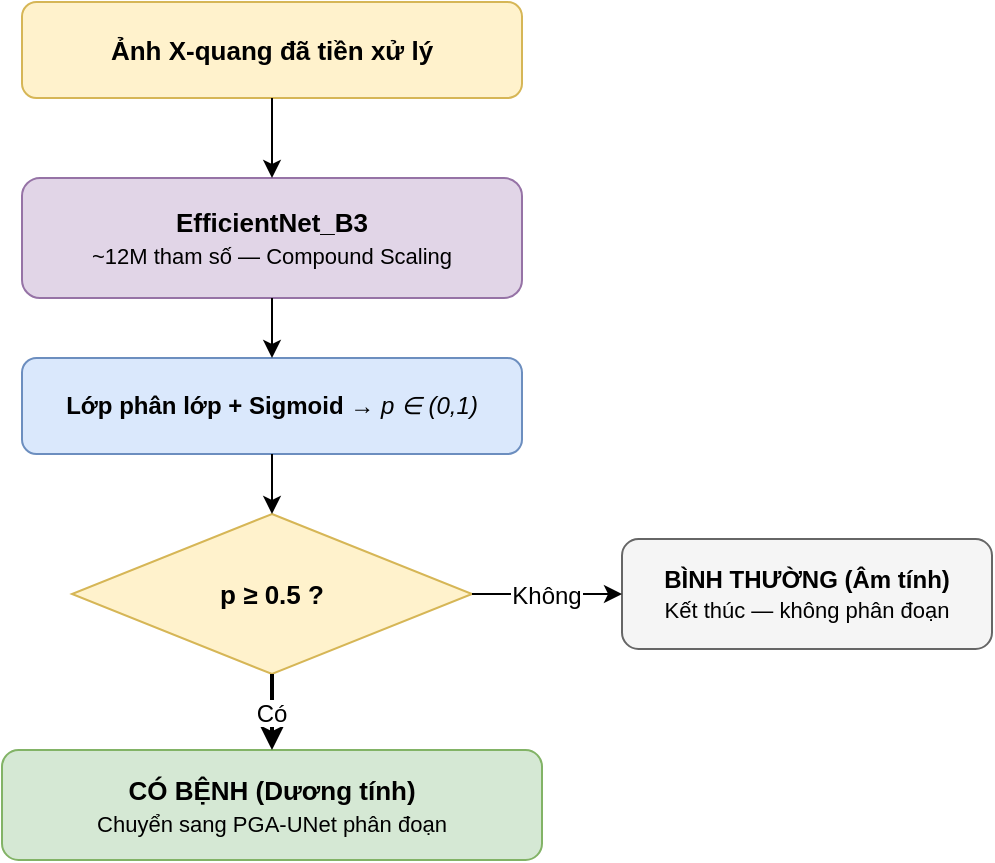
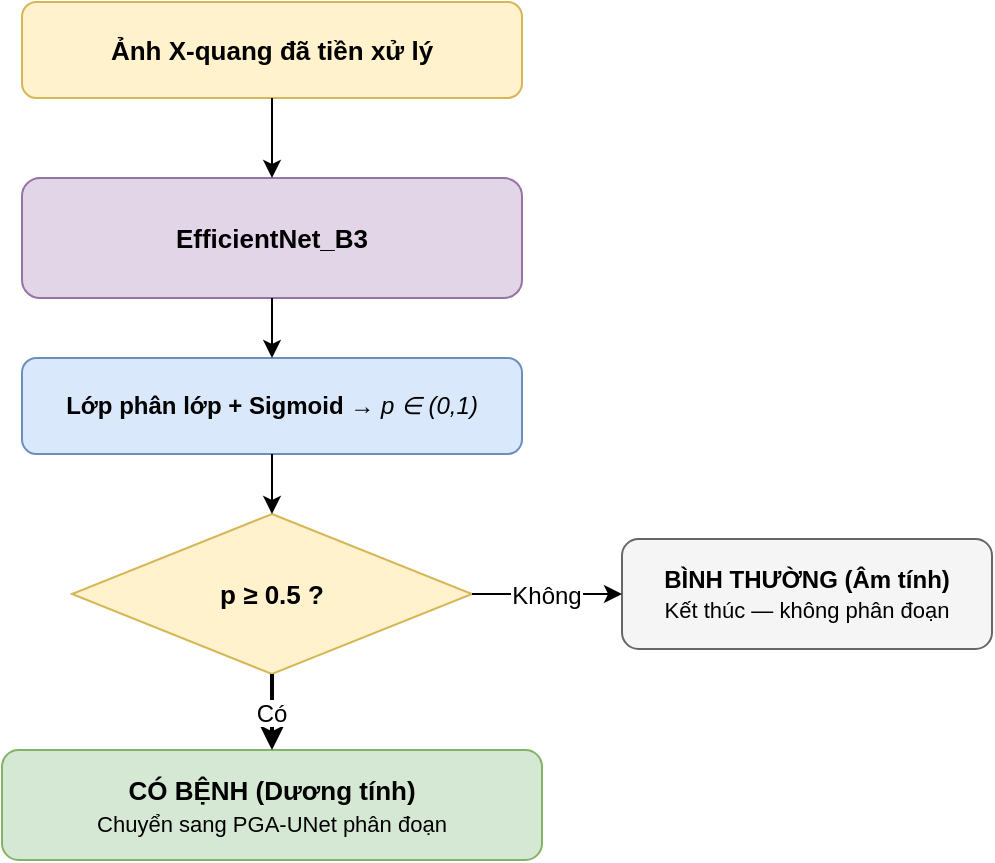
<mxfile host="65bd71144e">
    <diagram name="Classification Pipeline" id="classification_pipeline">
-         <mxGraphModel dx="962" dy="272" grid="1" gridSize="10" guides="1" tooltips="1" connect="1" arrows="1" fold="1" page="1" pageScale="1" pageWidth="800" pageHeight="600" math="0" shadow="0">
+         <mxGraphModel dx="1036" dy="403" grid="1" gridSize="10" guides="1" tooltips="1" connect="1" arrows="1" fold="1" page="1" pageScale="1" pageWidth="800" pageHeight="600" math="0" shadow="0">
            <root>
                <mxCell id="0"/>
                <mxCell id="1" parent="0"/>
- 
-                 <!-- Input -->
                <mxCell id="in" value="&lt;b&gt;Ảnh X-quang đã tiền xử lý&lt;/b&gt;" style="rounded=1;whiteSpace=wrap;html=1;fillColor=#fff2cc;strokeColor=#d6b656;fontSize=13;" parent="1" vertex="1">
                    <mxGeometry x="275" y="30" width="250" height="48" as="geometry"/>
                </mxCell>
- 
-                 <!-- Model -->
-                 <mxCell id="model" value="&lt;b&gt;EfficientNet_B3&lt;/b&gt;&lt;br&gt;&lt;font style=&quot;font-size:11px;&quot;&gt;~12M tham số — Compound Scaling&lt;/font&gt;" style="rounded=1;whiteSpace=wrap;html=1;fillColor=#e1d5e7;strokeColor=#9673a6;fontSize=13;" parent="1" vertex="1">
+                 <mxCell id="model" value="&lt;b&gt;EfficientNet_B3&lt;/b&gt;" style="rounded=1;whiteSpace=wrap;html=1;fillColor=#e1d5e7;strokeColor=#9673a6;fontSize=13;" parent="1" vertex="1">
                    <mxGeometry x="275" y="118" width="250" height="60" as="geometry"/>
                </mxCell>
- 
-                 <!-- Head -->
                <mxCell id="head" value="&lt;b&gt;Lớp phân lớp + Sigmoid&lt;/b&gt; → &lt;i&gt;p ∈ (0,1)&lt;/i&gt;" style="rounded=1;whiteSpace=wrap;html=1;fillColor=#dae8fc;strokeColor=#6c8ebf;fontSize=12;" parent="1" vertex="1">
                    <mxGeometry x="275" y="208" width="250" height="48" as="geometry"/>
                </mxCell>
- 
-                 <!-- Decision -->
                <mxCell id="dec" value="&lt;b&gt;p ≥ 0.5 ?&lt;/b&gt;" style="rhombus;whiteSpace=wrap;html=1;fillColor=#fff2cc;strokeColor=#d6b656;fontSize=13;" parent="1" vertex="1">
                    <mxGeometry x="300" y="286" width="200" height="80" as="geometry"/>
                </mxCell>
- 
-                 <!-- Yes — positive -->
                <mxCell id="yes" value="&lt;b&gt;CÓ BỆNH (Dương tính)&lt;/b&gt;&lt;br&gt;&lt;font style=&quot;font-size:11px;&quot;&gt;Chuyển sang PGA-UNet phân đoạn&lt;/font&gt;" style="rounded=1;whiteSpace=wrap;html=1;fillColor=#d5e8d4;strokeColor=#82b366;fontSize=13;" parent="1" vertex="1">
                    <mxGeometry x="265" y="404" width="270" height="55" as="geometry"/>
                </mxCell>
- 
-                 <!-- No — negative -->
                <mxCell id="no" value="&lt;b&gt;BÌNH THƯỜNG (Âm tính)&lt;/b&gt;&lt;br&gt;&lt;font style=&quot;font-size:11px;&quot;&gt;Kết thúc — không phân đoạn&lt;/font&gt;" style="rounded=1;whiteSpace=wrap;html=1;fillColor=#f5f5f5;strokeColor=#666666;fontSize=12;" parent="1" vertex="1">
                    <mxGeometry x="575" y="298.5" width="185" height="55" as="geometry"/>
                </mxCell>
- 
-                 <!-- Arrows -->
                <mxCell id="e1" value="" style="edgeStyle=orthogonalEdgeStyle;" parent="1" source="in" target="model" edge="1">
                    <mxGeometry relative="1" as="geometry"/>
                </mxCell>
                <mxCell id="e2" value="" style="edgeStyle=orthogonalEdgeStyle;" parent="1" source="model" target="head" edge="1">
                    <mxGeometry relative="1" as="geometry"/>
                </mxCell>
                <mxCell id="e3" value="" style="edgeStyle=orthogonalEdgeStyle;" parent="1" source="head" target="dec" edge="1">
                    <mxGeometry relative="1" as="geometry"/>
                </mxCell>
                <mxCell id="e4" value="Có" style="edgeStyle=orthogonalEdgeStyle;strokeWidth=2;fontSize=12;" parent="1" source="dec" target="yes" edge="1">
                    <mxGeometry relative="1" as="geometry"/>
                </mxCell>
                <mxCell id="e5" value="Không" style="edgeStyle=orthogonalEdgeStyle;fontSize=12;" parent="1" source="dec" target="no" edge="1">
                    <mxGeometry relative="1" as="geometry"/>
                </mxCell>
            </root>
        </mxGraphModel>
    </diagram>
- </mxfile>
+ </mxfile>